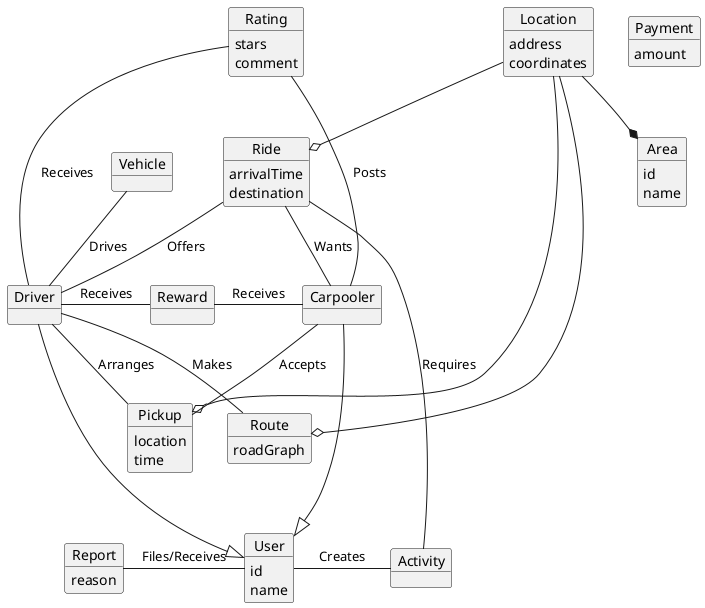
Above: images/uml/domain-model.png in YannisRavasopoulos/ProjectSD_S6 (PlantUML), before the change.
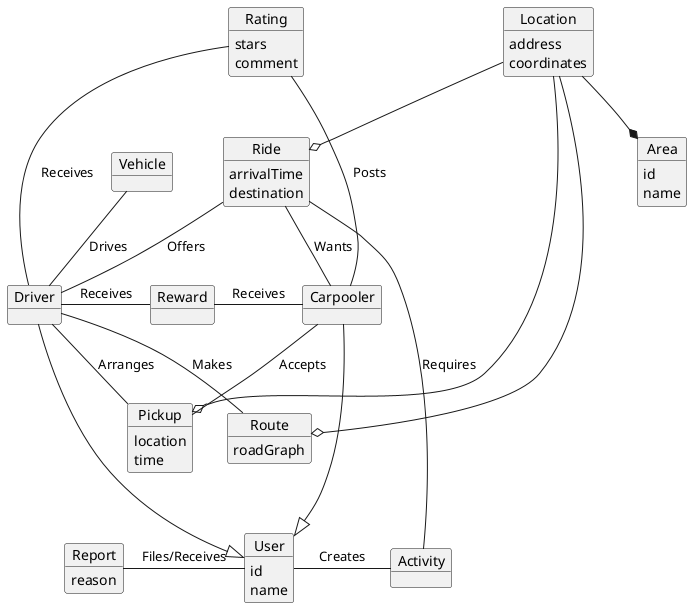
Later version of the same file.

Commit message:
Domain model update

Change to the diagram source:
```diff
@@ -29,10 +29,6 @@
 Driver --up Ride: "Offers"
 
 Driver --right[hidden] Carpooler
-
-object Payment {
-    amount
-}
 
 object Reward {
 }
```
